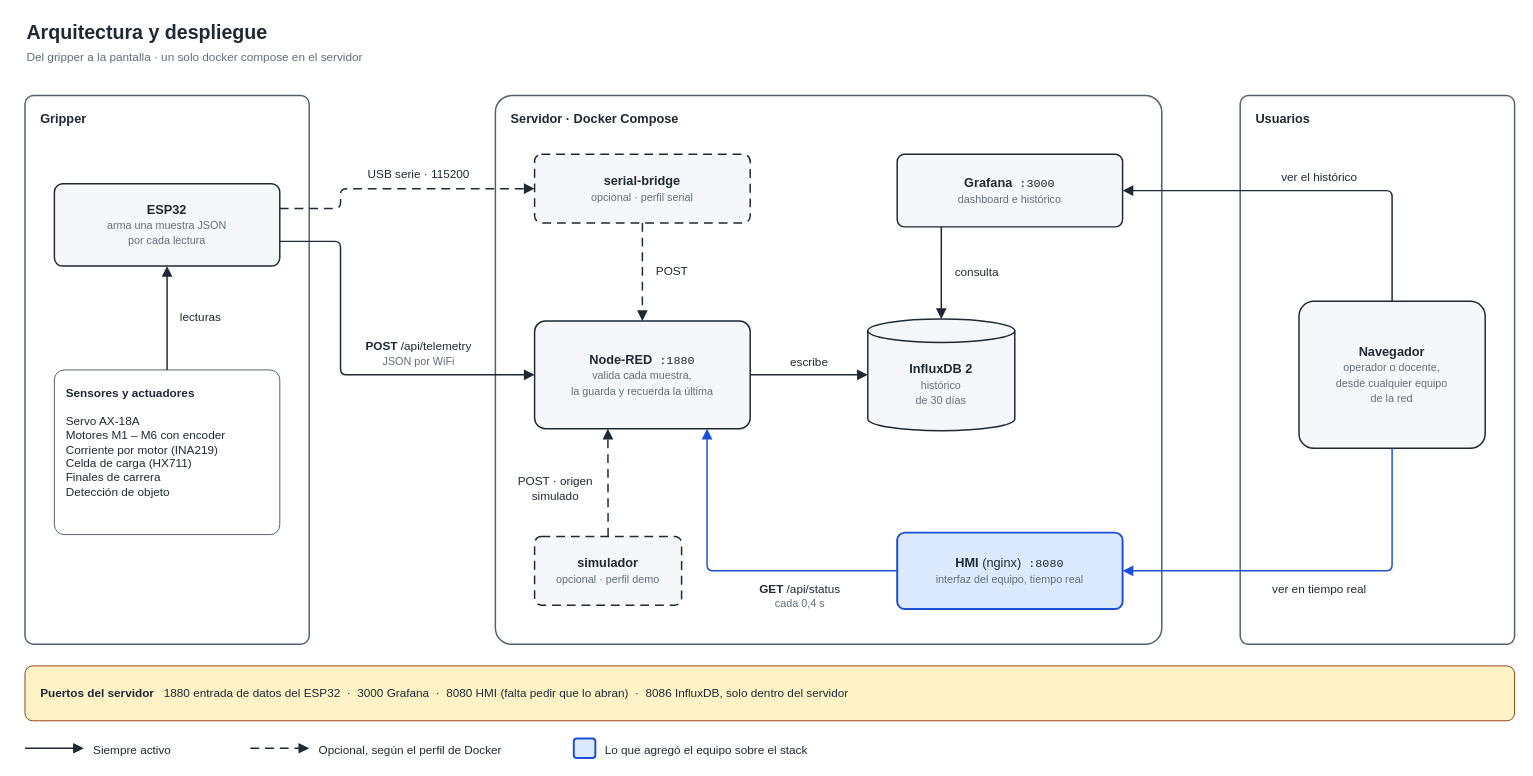
The draw.io diagram page "Arquitectura y despliegue" (1 of 5) of docs/diagramas/diagramas.drawio in Nicolaszj/gripper-ur5e-monitor, before the edit. Source tidied: cells renumbered, new cells numbered last; positions are measured from the earlier drawing's top-left corner, leaving out a move shared by most shapes. Both pictures are drawn from the tidied source at 98%, with x=0, y=0 at pixel (24, 17).
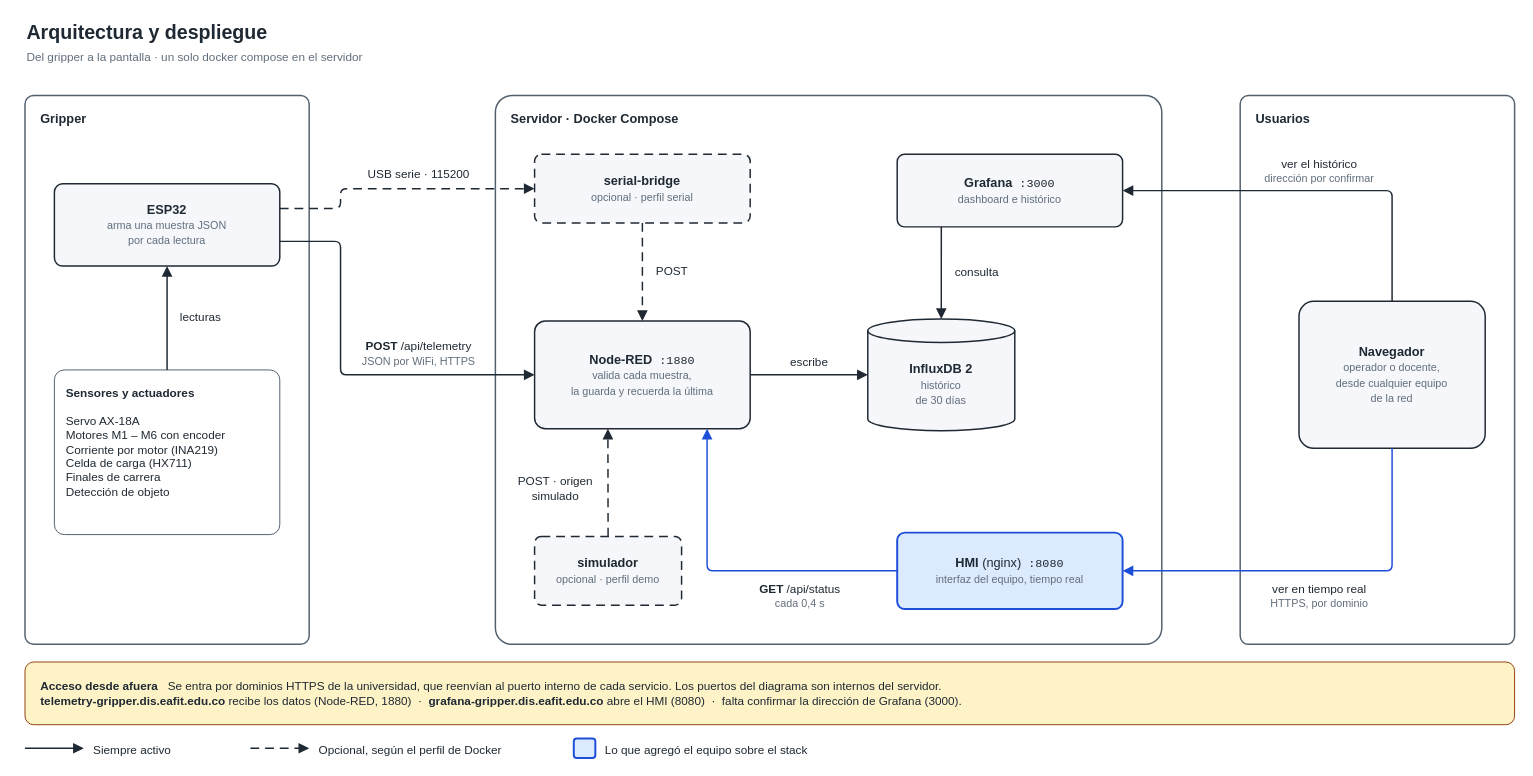
Above is the later version.

Commit message (it also covers changes not shown here):
Dominios del servidor en el diagrama

The edit, as a diff of the source:
```diff
@@
-    <mxCell id="18" value="&lt;b&gt;POST&lt;/b&gt; /api/telemetry&lt;br&gt;&lt;font style=&quot;font-size:11px&quot; color=&quot;#616E7C&quot;&gt;JSON por WiFi&lt;/font&gt;" style="html=1;whiteSpace=wrap;fontFamily=Helvetica;text;strokeColor=none;fillColor=none;fontColor=#1F2933;fontSize=12;align=center;verticalAlign=bottom;" parent="1" vertex="1">
+    <mxCell id="18" value="&lt;b&gt;POST&lt;/b&gt; /api/telemetry&lt;br&gt;&lt;font style=&quot;font-size:11px&quot; color=&quot;#616E7C&quot;&gt;JSON por WiFi, HTTPS&lt;/font&gt;" style="html=1;whiteSpace=wrap;fontFamily=Helvetica;text;strokeColor=none;fillColor=none;fontColor=#1F2933;fontSize=12;align=center;verticalAlign=bottom;" parent="1" vertex="1">
       <mxGeometry x="332" y="324" width="140" height="36" as="geometry" />
     </mxCell>
@@
-    <mxCell id="28" value="&lt;font style=&quot;font-size:12px&quot; color=&quot;#1F2933&quot;&gt;ver el histórico&lt;/font&gt;" style="html=1;whiteSpace=wrap;fontFamily=Helvetica;text;strokeColor=none;fillColor=none;fontColor=#1F2933;align=center;" parent="1" vertex="1">
-      <mxGeometry x="1256" y="150" width="130" height="24" as="geometry" />
+    <mxCell id="28" value="&lt;font style=&quot;font-size:12px&quot; color=&quot;#1F2933&quot;&gt;ver el histórico&lt;/font&gt;&lt;br&gt;&lt;font style=&quot;font-size:11px&quot; color=&quot;#616E7C&quot;&gt;dirección por confirmar&lt;/font&gt;" style="html=1;whiteSpace=wrap;fontFamily=Helvetica;text;strokeColor=none;fillColor=none;fontColor=#1F2933;align=center;verticalAlign=bottom;" parent="1" vertex="1">
+      <mxGeometry x="1250" y="136" width="142" height="38" as="geometry" />
     </mxCell>
@@
-    <mxCell id="30" value="&lt;font style=&quot;font-size:12px&quot; color=&quot;#1F2933&quot;&gt;ver en tiempo real&lt;/font&gt;" style="html=1;whiteSpace=wrap;fontFamily=Helvetica;text;strokeColor=none;fillColor=none;fontColor=#1F2933;align=center;" parent="1" vertex="1">
-      <mxGeometry x="1256" y="570" width="130" height="24" as="geometry" />
+    <mxCell id="30" value="&lt;font style=&quot;font-size:12px&quot; color=&quot;#1F2933&quot;&gt;ver en tiempo real&lt;/font&gt;&lt;br&gt;&lt;font style=&quot;font-size:11px&quot; color=&quot;#616E7C&quot;&gt;HTTPS, por dominio&lt;/font&gt;" style="html=1;whiteSpace=wrap;fontFamily=Helvetica;text;strokeColor=none;fillColor=none;fontColor=#1F2933;align=center;verticalAlign=top;" parent="1" vertex="1">
+      <mxGeometry x="1250" y="570" width="142" height="38" as="geometry" />
     </mxCell>
-    <mxCell id="31" value="&lt;b&gt;Puertos del servidor&lt;/b&gt;&amp;nbsp;&amp;nbsp; 1880 entrada de datos del ESP32 &amp;nbsp;·&amp;nbsp; 3000 Grafana &amp;nbsp;·&amp;nbsp; 8080 HMI (falta pedir que lo abran) &amp;nbsp;·&amp;nbsp; 8086 InfluxDB, solo dentro del servidor" style="html=1;whiteSpace=wrap;fontFamily=Helvetica;rounded=1;arcSize=14;fillColor=#FEF3C7;strokeColor=#92400E;fontColor=#1F2933;fontSize=12;align=left;spacingLeft=14;" parent="1" vertex="1">
-      <mxGeometry y="662" width="1520" height="56" as="geometry" />
+    <mxCell id="31" value="&lt;b&gt;Acceso desde afuera&lt;/b&gt;&amp;nbsp;&amp;nbsp; Se entra por dominios HTTPS de la universidad, que reenvían al puerto interno de cada servicio. Los puertos del diagrama son internos del servidor.&lt;br&gt;&lt;b&gt;telemetry-gripper.dis.eafit.edu.co&lt;/b&gt; recibe los datos (Node-RED, 1880) &amp;nbsp;·&amp;nbsp; &lt;b&gt;grafana-gripper.dis.eafit.edu.co&lt;/b&gt; abre el HMI (8080) &amp;nbsp;·&amp;nbsp; falta confirmar la dirección de Grafana (3000)." style="html=1;whiteSpace=wrap;fontFamily=Helvetica;rounded=1;arcSize=14;fillColor=#FEF3C7;strokeColor=#92400E;fontColor=#1F2933;fontSize=12;align=left;spacingLeft=14;" parent="1" vertex="1">
+      <mxGeometry y="658" width="1520" height="64" as="geometry" />
     </mxCell>
```
